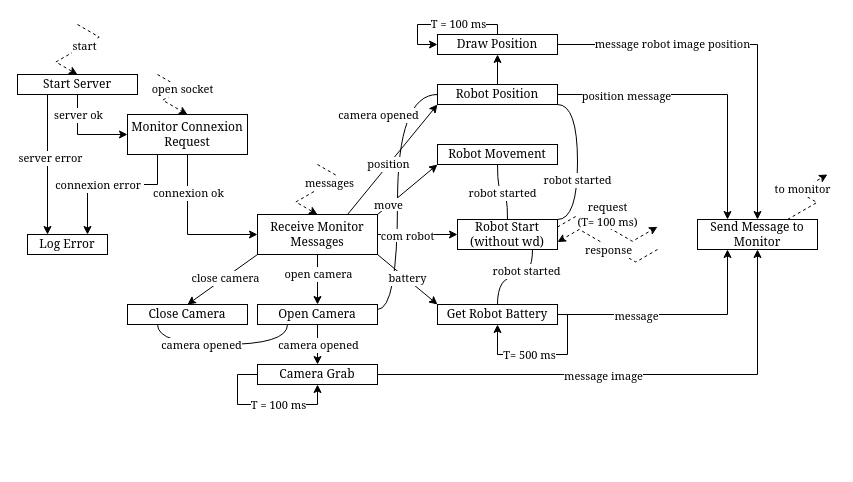
Earlier version of the draw.io diagram page "Page-3" (3 of 3) of Diagrama sem nome.drawio (Ruba008/BE_temps_reel). Source tidied: cells renumbered, new cells numbered last; positions are measured from the earlier drawing's top-left corner, leaving out a move shared by most shapes. Both pictures are drawn from the tidied source at 100%, with x=0, y=0 at pixel (17, 24).
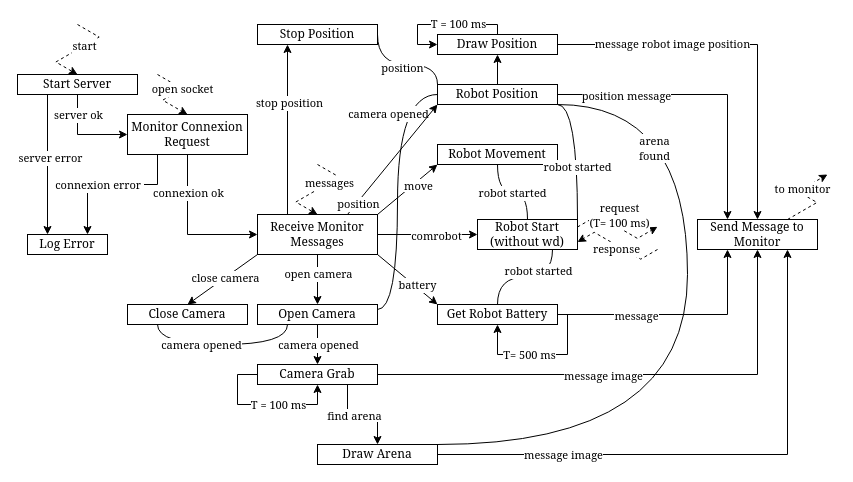
The same diagram, later.

Unchanged cells that the change refers to:
```xml
<mxCell id="2" style="endArrow=none;html=1;rounded=0;entryX=0;entryY=0.5;entryDx=0;entryDy=0;exitX=1;exitY=0.25;exitDx=0;exitDy=0;edgeStyle=orthogonalEdgeStyle;curved=1;" parent="1" edge="1" source="36" target="66">
  <mxGeometry relative="1" as="geometry">
    <Array as="points">
      <mxPoint x="380" y="285" />
      <mxPoint x="380" y="70" />
    </Array>
  </mxGeometry>
</mxCell>
<mxCell id="20" style="edgeStyle=orthogonalEdgeStyle;rounded=0;jettySize=auto;html=1;exitX=1;exitY=0.5;exitDx=0;exitDy=0;entryX=0;entryY=0.5;entryDx=0;entryDy=0;" parent="1" edge="1" source="30" target="39">
  <mxGeometry relative="1" as="geometry" />
</mxCell>
<mxCell id="22" style="rounded=0;jettySize=auto;html=1;exitX=1;exitY=0;exitDx=0;exitDy=0;entryX=0;entryY=1;entryDx=0;entryDy=0;" parent="1" edge="1" source="30" target="40">
  <mxGeometry relative="1" as="geometry" />
</mxCell>
<mxCell id="24" style="rounded=0;jettySize=auto;html=1;exitX=1;exitY=1;exitDx=0;exitDy=0;entryX=0;entryY=0;entryDx=0;entryDy=0;" parent="1" edge="1" source="30" target="49">
  <mxGeometry relative="1" as="geometry" />
</mxCell>
<mxCell id="28" style="rounded=0;jettySize=auto;html=1;exitX=0.75;exitY=0;exitDx=0;exitDy=0;entryX=0;entryY=1;entryDx=0;entryDy=0;" parent="1" edge="1" source="30" target="66">
  <mxGeometry relative="1" as="geometry" />
</mxCell>
<mxCell id="30" value="&lt;font face=&quot;Georgia&quot;&gt;Receive Monitor Messages&lt;/font&gt;" style="rounded=0;whiteSpace=wrap;html=1;" parent="1" vertex="1">
  <mxGeometry x="240" y="190" width="120" height="40" as="geometry" />
</mxCell>
<mxCell id="56" value="&lt;font face=&quot;Georgia&quot;&gt;Camera Grab&lt;/font&gt;" style="rounded=0;whiteSpace=wrap;html=1;" parent="1" vertex="1">
  <mxGeometry x="240" y="340" width="120" height="20" as="geometry" />
</mxCell>
<mxCell id="59" value="&lt;font face=&quot;Georgia&quot;&gt;Send Message to Monitor&lt;/font&gt;" style="rounded=0;whiteSpace=wrap;html=1;" parent="1" vertex="1">
  <mxGeometry x="680" y="195" width="120" height="30" as="geometry" />
</mxCell>
<mxCell id="66" value="Robot Position" style="rounded=0;whiteSpace=wrap;html=1;fontFamily=Georgia;" parent="1" vertex="1">
  <mxGeometry x="420" y="60" width="120" height="20" as="geometry" />
</mxCell>
```

Change to the diagram source:
```diff
@@
-    <mxCell id="3" value="&lt;font face=&quot;Georgia&quot;&gt;camera opened&lt;/font&gt;" style="edgeLabel;html=1;align=center;verticalAlign=middle;" parent="2" vertex="1">
+    <mxCell id="3" value="&lt;font face=&quot;Georgia&quot;&gt;camera&amp;nbsp;&lt;/font&gt;&lt;span style=&quot;font-family: Georgia; background-color: light-dark(#ffffff, var(--ge-dark-color, #121212)); color: light-dark(rgb(0, 0, 0), rgb(255, 255, 255));&quot;&gt;opened&lt;/span&gt;" style="edgeLabel;html=1;align=center;verticalAlign=middle;" parent="2" vertex="1">
       <mxGeometry x="0.65" y="-9" relative="1" as="geometry">
-        <mxPoint x="-29" y="12" as="offset" />
+        <mxPoint x="-19" y="11" as="offset" />
       </mxGeometry>
     </mxCell>
@@
-    <mxCell id="21" value="com robot" style="edgeLabel;html=1;align=center;verticalAlign=middle;fontFamily=Georgia;" parent="20" vertex="1">
+    <mxCell id="21" value="comrobot" style="edgeLabel;html=1;align=center;verticalAlign=middle;fontFamily=Georgia;" parent="20" vertex="1">
       <mxGeometry x="-0.14" y="-3" relative="1" as="geometry">
-        <mxPoint x="-5" y="-3" as="offset" />
+        <mxPoint x="15" y="-3" as="offset" />
       </mxGeometry>
     </mxCell>
@@
     <mxCell id="23" value="move" style="edgeLabel;html=1;align=center;verticalAlign=middle;fontFamily=Georgia;" parent="22" vertex="1">
       <mxGeometry x="-0.23" y="-2" relative="1" as="geometry">
-        <mxPoint x="-14" y="7" as="offset" />
+        <mxPoint x="16" y="-12" as="offset" />
       </mxGeometry>
     </mxCell>
@@
     <mxCell id="25" value="&lt;font face=&quot;Georgia&quot;&gt;battery&lt;/font&gt;" style="edgeLabel;html=1;align=center;verticalAlign=middle;" parent="24" vertex="1">
-      <mxGeometry x="-0.03" y="1" relative="1" as="geometry" />
+      <mxGeometry x="-0.03" y="1" relative="1" as="geometry">
+        <mxPoint x="10" y="7" as="offset" />
+      </mxGeometry>
     </mxCell>
@@
     <mxCell id="29" value="&lt;font face=&quot;Georgia&quot;&gt;position&lt;/font&gt;" style="edgeLabel;html=1;align=center;verticalAlign=middle;" parent="28" vertex="1">
       <mxGeometry x="0.44" y="2" relative="1" as="geometry">
-        <mxPoint x="-23" y="30" as="offset" />
+        <mxPoint x="-53" y="70" as="offset" />
       </mxGeometry>
     </mxCell>
+    <mxCell id="74" style="edgeStyle=orthogonalEdgeStyle;rounded=0;jettySize=auto;html=1;exitX=0.25;exitY=0;exitDx=0;exitDy=0;entryX=0.25;entryY=1;entryDx=0;entryDy=0;" parent="1" edge="1" source="30" target="78">
+      <mxGeometry relative="1" as="geometry" />
+    </mxCell>
+    <mxCell id="75" value="&lt;font face=&quot;Georgia&quot;&gt;stop position&lt;/font&gt;" style="edgeLabel;html=1;align=center;verticalAlign=middle;" parent="74" vertex="1">
+      <mxGeometry x="0.32" y="-1" relative="1" as="geometry" />
+    </mxCell>
@@
     <mxCell id="39" value="&lt;font face=&quot;Georgia&quot;&gt;Robot Start (without wd)&lt;/font&gt;" style="rounded=0;whiteSpace=wrap;html=1;" parent="1" vertex="1">
-      <mxGeometry x="440" y="195" width="100" height="30" as="geometry" />
+      <mxGeometry x="460" y="195" width="100" height="30" as="geometry" />
     </mxCell>
@@
+    <mxCell id="76" style="edgeStyle=orthogonalEdgeStyle;rounded=0;jettySize=auto;html=1;exitX=0.75;exitY=1;exitDx=0;exitDy=0;entryX=0.5;entryY=0;entryDx=0;entryDy=0;" parent="1" edge="1" source="56" target="83">
+      <mxGeometry relative="1" as="geometry" />
+    </mxCell>
+    <mxCell id="77" value="find arena" style="edgeLabel;html=1;align=center;verticalAlign=middle;fontFamily=Georgia;" parent="76" vertex="1">
+      <mxGeometry x="-0.2" relative="1" as="geometry" />
+    </mxCell>
@@
+    <mxCell id="78" value="Stop Position" style="rounded=0;whiteSpace=wrap;html=1;fontFamily=Georgia;" parent="1" vertex="1">
+      <mxGeometry x="240" width="120" height="20" as="geometry" />
+    </mxCell>
+    <mxCell id="79" style="endArrow=none;html=1;rounded=0;entryX=0;entryY=0;entryDx=0;entryDy=0;exitX=1;exitY=0.5;exitDx=0;exitDy=0;edgeStyle=orthogonalEdgeStyle;curved=1;" parent="1" edge="1" source="78" target="66">
+      <mxGeometry relative="1" as="geometry">
+        <Array as="points">
+          <mxPoint x="420" y="40" />
+        </Array>
+      </mxGeometry>
+    </mxCell>
+    <mxCell id="80" value="&lt;font face=&quot;Georgia&quot;&gt;position&lt;/font&gt;" style="edgeLabel;html=1;align=center;verticalAlign=middle;" parent="79" vertex="1">
+      <mxGeometry x="-0.01" y="-3" relative="1" as="geometry" />
+    </mxCell>
+    <mxCell id="81" style="edgeStyle=orthogonalEdgeStyle;rounded=0;jettySize=auto;html=1;entryX=0.75;entryY=1;entryDx=0;entryDy=0;" parent="1" edge="1" source="83" target="59">
+      <mxGeometry relative="1" as="geometry" />
+    </mxCell>
+    <mxCell id="82" value="message image" style="edgeLabel;html=1;align=center;verticalAlign=middle;fontFamily=Georgia;" parent="81" vertex="1">
+      <mxGeometry x="-0.55" y="1" relative="1" as="geometry" />
+    </mxCell>
+    <mxCell id="83" value="&lt;font face=&quot;Georgia&quot;&gt;Draw Arena&lt;/font&gt;" style="rounded=0;whiteSpace=wrap;html=1;" parent="1" vertex="1">
+      <mxGeometry x="300" y="420" width="120" height="20" as="geometry" />
+    </mxCell>
+    <mxCell id="84" style="endArrow=none;html=1;rounded=0;entryX=1;entryY=1;entryDx=0;entryDy=0;exitX=1;exitY=0;exitDx=0;exitDy=0;edgeStyle=orthogonalEdgeStyle;curved=1;" parent="1" edge="1" source="83" target="66">
+      <mxGeometry relative="1" as="geometry">
+        <Array as="points">
+          <mxPoint x="670" y="420" />
+          <mxPoint x="670" y="80" />
+        </Array>
+      </mxGeometry>
+    </mxCell>
+    <mxCell id="85" value="&lt;font face=&quot;Georgia&quot;&gt;arena&lt;/font&gt;&lt;div&gt;&lt;font face=&quot;Georgia&quot;&gt;found&lt;/font&gt;&lt;/div&gt;" style="edgeLabel;html=1;align=center;verticalAlign=middle;" parent="84" vertex="1">
+      <mxGeometry x="0.52" y="34" relative="1" as="geometry" />
+    </mxCell>
```
